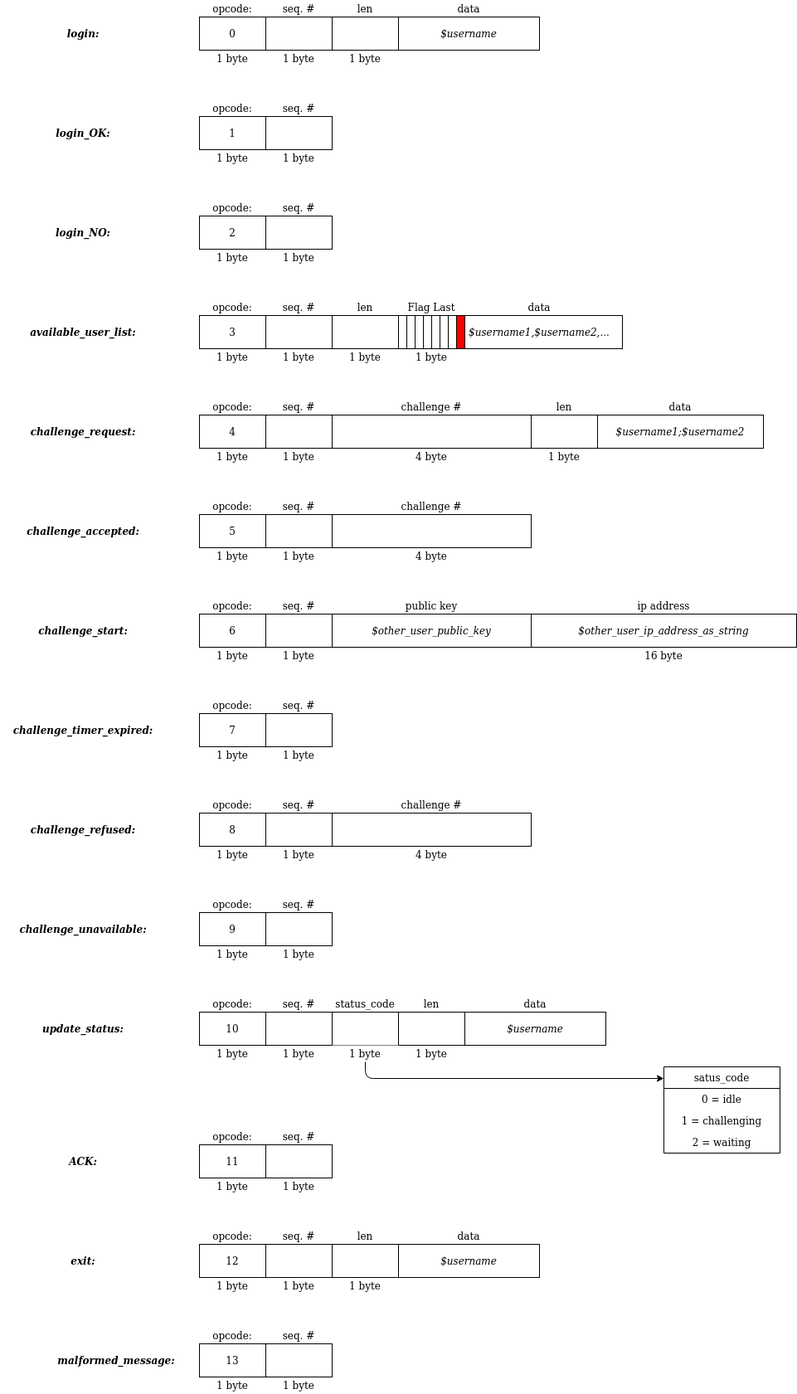
Above: docs/client_server_message_format.png in rafnocerino/Secure_4_inArow (draw.io), before the change. Source tidied: cells renumbered, new cells last; positions are measured from the earlier drawing's top-left corner, leaving out a move shared by most shapes.
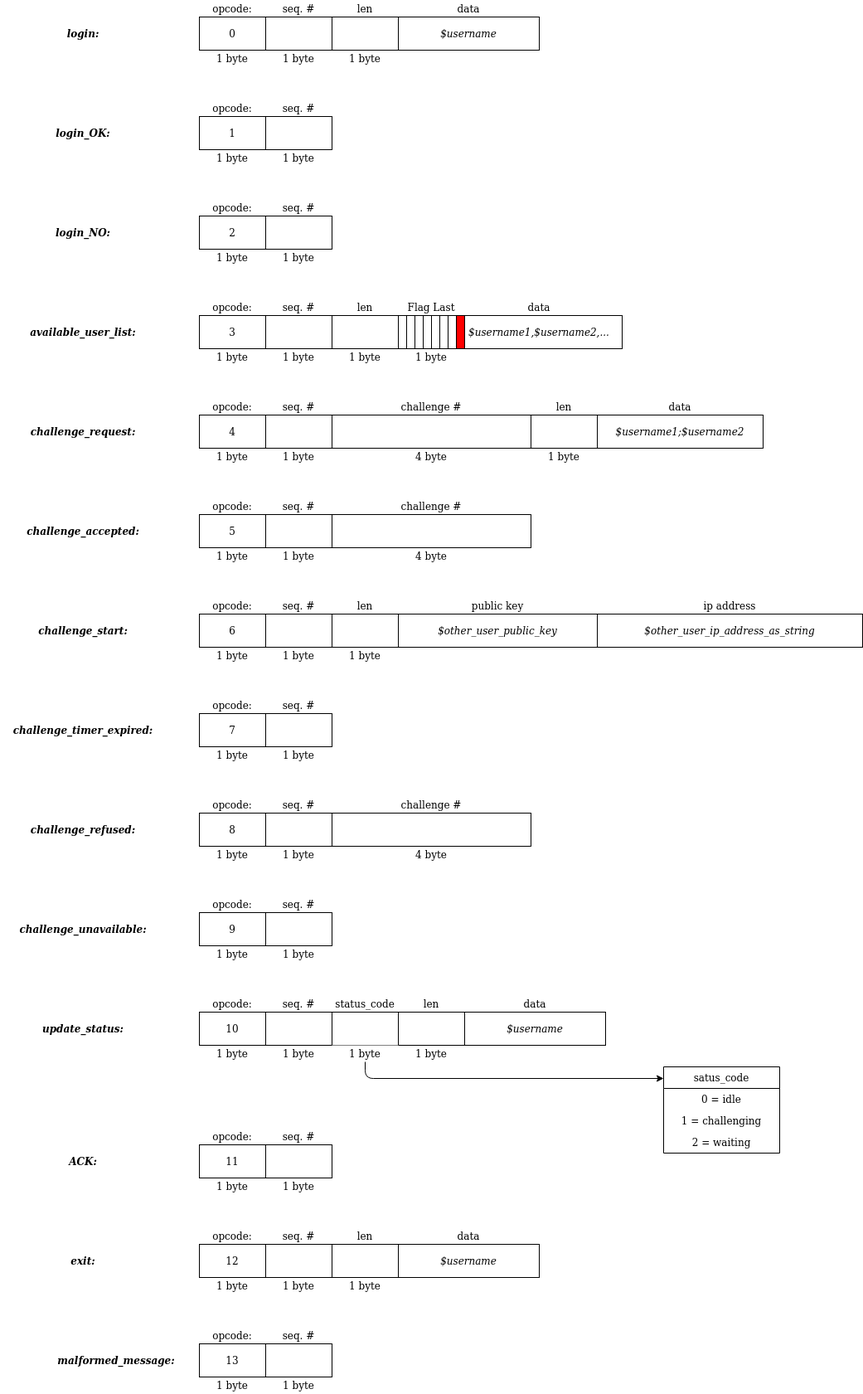
Later version of the same file.

Change to the diagram source:
```diff
@@ -204,20 +204,17 @@
       <mxGeometry x="320" y="780" width="80" height="20" as="geometry" />
     </mxCell>
     <mxCell id="69" value="&lt;i&gt;$other_user_public_key&lt;/i&gt;" style="rounded=0;whiteSpace=wrap;html=1;align=center;" parent="1" vertex="1">
-      <mxGeometry x="400" y="740" width="240" height="40" as="geometry" />
+      <mxGeometry x="480" y="740" width="240" height="40" as="geometry" />
     </mxCell>
     <mxCell id="70" value="public key" style="text;html=1;strokeColor=none;fillColor=none;align=center;verticalAlign=middle;whiteSpace=wrap;rounded=0;" parent="1" vertex="1">
-      <mxGeometry x="400" y="720" width="240" height="20" as="geometry" />
+      <mxGeometry x="480" y="720" width="240" height="20" as="geometry" />
     </mxCell>
     <mxCell id="71" value="&lt;i&gt;$other_user_ip_address_as_string&lt;/i&gt;" style="rounded=0;whiteSpace=wrap;html=1;align=center;" parent="1" vertex="1">
-      <mxGeometry x="640" y="740" width="320" height="40" as="geometry" />
+      <mxGeometry x="720" y="740" width="320" height="40" as="geometry" />
     </mxCell>
     <mxCell id="72" value="ip address" style="text;html=1;strokeColor=none;fillColor=none;align=center;verticalAlign=middle;whiteSpace=wrap;rounded=0;" parent="1" vertex="1">
-      <mxGeometry x="640" y="720" width="320" height="20" as="geometry" />
+      <mxGeometry x="720" y="720" width="320" height="20" as="geometry" />
     </mxCell>
-    <mxCell id="73" value="16 byte" style="text;html=1;strokeColor=none;fillColor=none;align=center;verticalAlign=middle;whiteSpace=wrap;rounded=0;" parent="1" vertex="1">
-      <mxGeometry x="640" y="780" width="320" height="20" as="geometry" />
-    </mxCell>
     <mxCell id="74" value="&lt;i&gt;&lt;b&gt;challenge_timer_expired:&lt;/b&gt;&lt;/i&gt;" style="text;html=1;strokeColor=none;fillColor=none;align=center;verticalAlign=middle;whiteSpace=wrap;rounded=0;" parent="1" vertex="1">
       <mxGeometry y="870" width="200" height="20" as="geometry" />
     </mxCell>
@@ -472,5 +469,14 @@
     <mxCell id="156" value="Flag Last" style="text;html=1;strokeColor=none;fillColor=none;align=center;verticalAlign=middle;whiteSpace=wrap;rounded=0;" parent="1" vertex="1">
       <mxGeometry x="480" y="360" width="80" height="20" as="geometry" />
     </mxCell>
+    <mxCell id="157" value="1 byte" style="text;html=1;strokeColor=none;fillColor=none;align=center;verticalAlign=middle;whiteSpace=wrap;rounded=0;" parent="1" vertex="1">
+      <mxGeometry x="400" y="780" width="80" height="20" as="geometry" />
+    </mxCell>
+    <mxCell id="158" style="rounded=0;whiteSpace=wrap;html=1;" parent="1" vertex="1">
+      <mxGeometry x="400" y="740" width="80" height="40" as="geometry" />
+    </mxCell>
+    <mxCell id="159" value="len" style="text;html=1;strokeColor=none;fillColor=none;align=center;verticalAlign=middle;whiteSpace=wrap;rounded=0;" parent="1" vertex="1">
+      <mxGeometry x="400" y="720" width="80" height="20" as="geometry" />
+    </mxCell>
   </root>
 </mxGraphModel>
```
